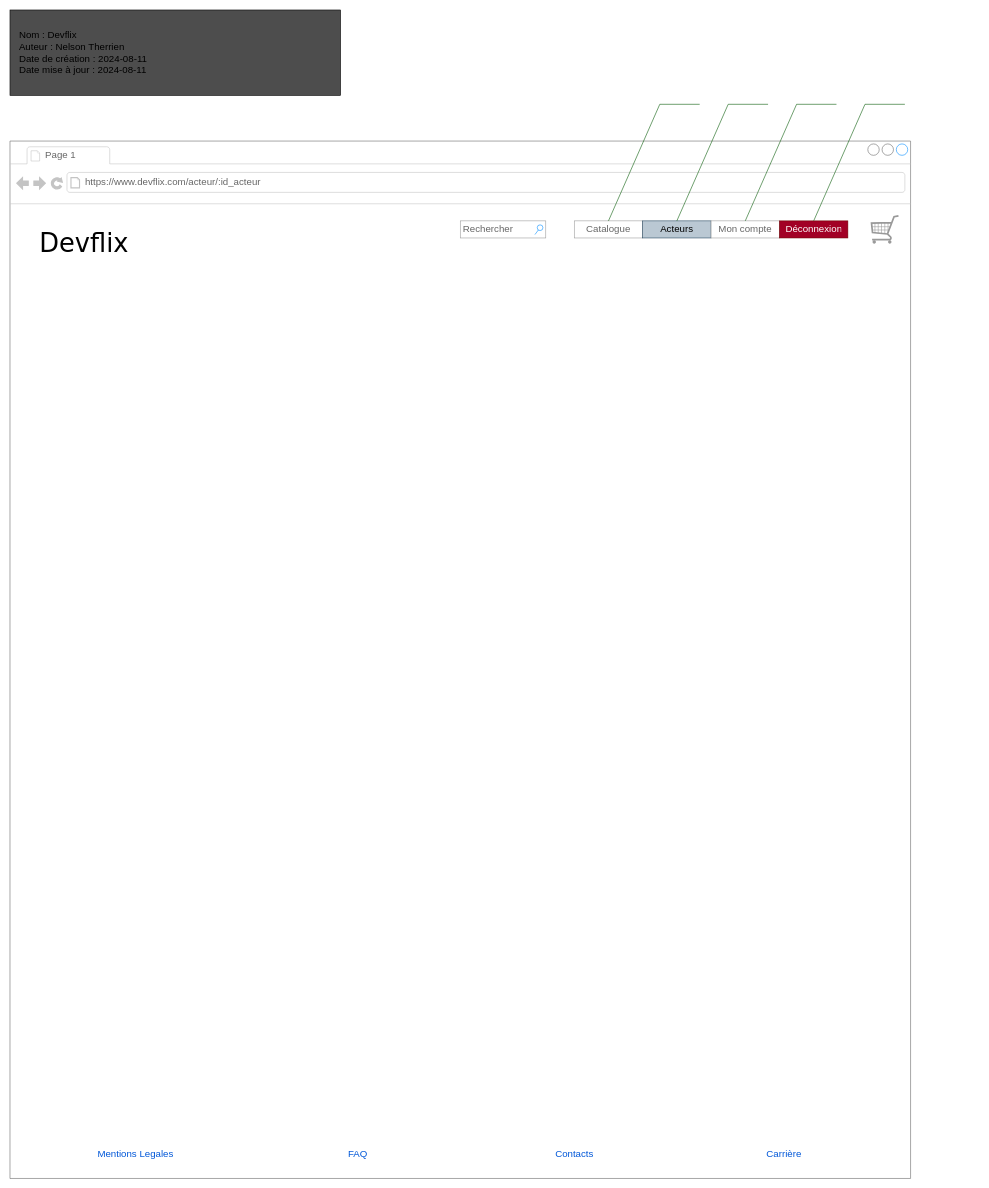
Above: livrables/gabarit-depart.drawio in MapleCialys/Projet-modification-systeme (draw.io), before the change. Source tidied: cells renumbered, new cells numbered last; positions are measured from the earlier drawing's top-left corner, leaving out a move shared by most shapes. Both pictures are drawn from the tidied source at 57%, with x=0, y=0 at pixel (10, 10).
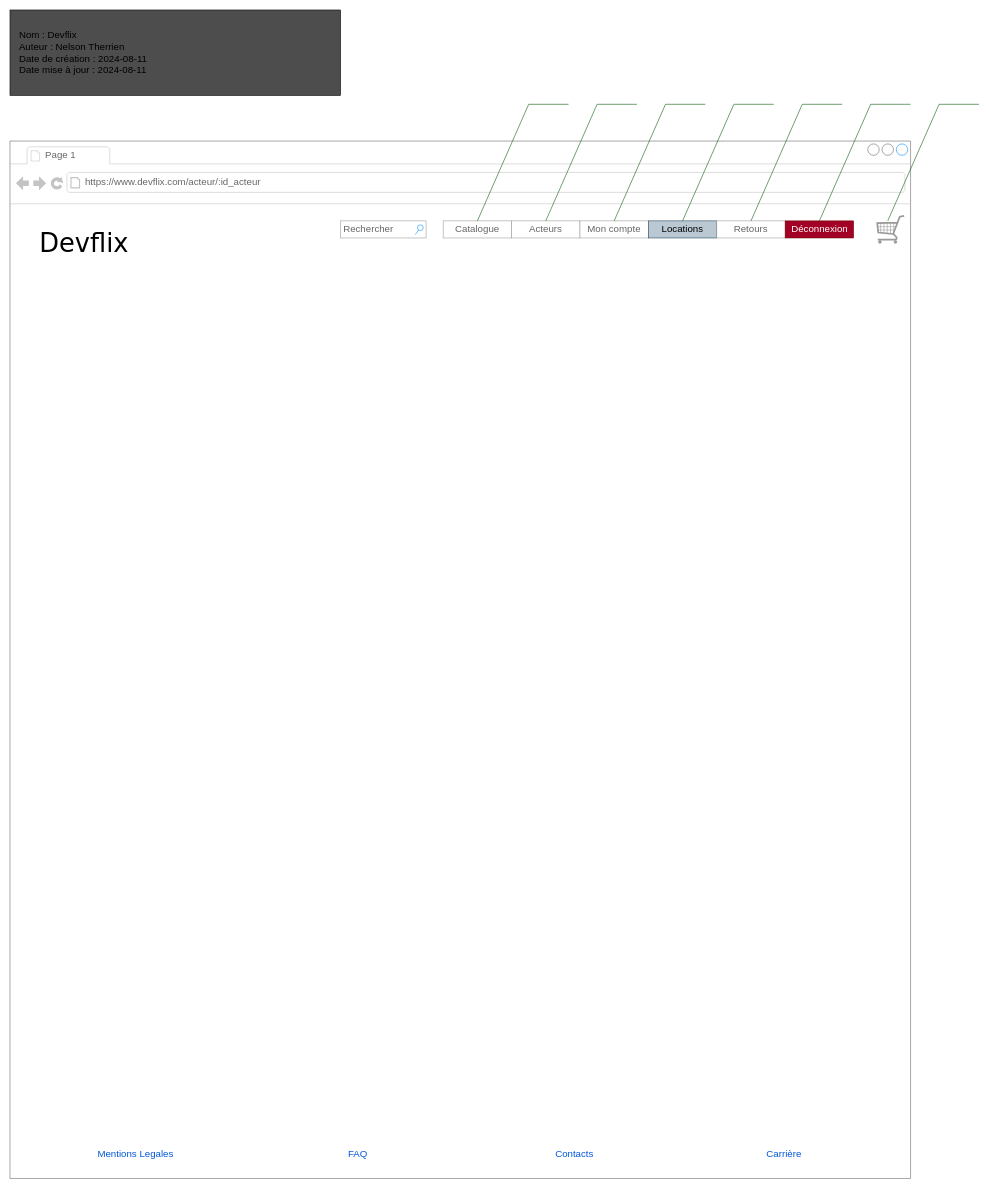
Above is the later version.

Change to the diagram source:
```diff
@@
-    <mxCell id="11" style="group;" parent="1" vertex="1">
-      <mxGeometry x="990" y="140" width="580" height="280" as="geometry" />
-    </mxCell>
-    <mxCell id="12" style="swimlane;shape=mxgraph.bootstrap.anchor;strokeColor=#999999;fillColor=#ffffff;fontColor=#666666;horizontal=0;startSize=0;whiteSpace=wrap;html=1;" parent="11" vertex="1">
-      <mxGeometry y="230" width="480" height="30" as="geometry" />
-    </mxCell>
+    <mxCell id="22" value="&lt;font style=&quot;font-size: 17px;&quot;&gt;Rechercher&lt;/font&gt;" style="strokeWidth=1;shadow=0;dashed=0;align=center;html=1;shape=mxgraph.mockup.forms.searchBox;strokeColor=#999999;mainText=;strokeColor2=#008cff;fontColor=#666666;fontSize=17;align=left;spacingLeft=3;whiteSpace=wrap;" parent="1" vertex="1">
+      <mxGeometry x="580" y="370" width="150" height="30" as="geometry" />
+    </mxCell>
+    <mxCell id="23" value="&lt;font style=&quot;font-size: 17px;&quot;&gt;&amp;nbsp; &amp;nbsp;Nom : Devflix&lt;br&gt;&amp;nbsp; &amp;nbsp;Auteur : Nelson Therrien&lt;br&gt;&amp;nbsp; &amp;nbsp;Date de création : 2024-08-11&lt;br&gt;&amp;nbsp; &amp;nbsp;Date mise à jour : 2024-08-11&amp;nbsp; &amp;nbsp; &amp;nbsp; &amp;nbsp; &amp;nbsp; &amp;nbsp; &amp;nbsp; &amp;nbsp; &amp;nbsp; &amp;nbsp; &amp;nbsp; &amp;nbsp; &amp;nbsp; &amp;nbsp; &amp;nbsp; &amp;nbsp; &amp;nbsp; &amp;nbsp; &amp;nbsp; &amp;nbsp; &amp;nbsp; &amp;nbsp; &amp;nbsp; &amp;nbsp; &amp;nbsp; &amp;nbsp; &amp;nbsp; &amp;nbsp; &amp;nbsp; &amp;nbsp; &amp;nbsp; &amp;nbsp; &amp;nbsp; &amp;nbsp; &amp;nbsp;&lt;/font&gt;" style="rounded=0;whiteSpace=wrap;html=1;align=left;fillColor=#4D4D4D;strokeColor=#000000;" parent="1" vertex="1">
+      <mxGeometry width="580" height="150" as="geometry" />
+    </mxCell>
+    <mxCell id="24" style="group;" parent="1" vertex="1">
+      <mxGeometry x="760" y="140" width="930" height="280" as="geometry" />
+    </mxCell>
+    <mxCell id="25" style="swimlane;shape=mxgraph.bootstrap.anchor;strokeColor=#999999;fillColor=#ffffff;fontColor=#666666;horizontal=0;startSize=0;whiteSpace=wrap;html=1;" parent="24" vertex="1">
+      <mxGeometry y="230" width="720" height="30" as="geometry" />
+    </mxCell>
-    <mxCell id="13" value="Catalogue" style="text;strokeColor=inherit;align=center;verticalAlign=middle;spacingLeft=10;spacingRight=10;overflow=hidden;whiteSpace=wrap;html=1;fillColor=inherit;fontColor=inherit;fontSize=17;" parent="12" vertex="1">
+    <mxCell id="13" value="Catalogue" style="text;strokeColor=inherit;align=center;verticalAlign=middle;spacingLeft=10;spacingRight=10;overflow=hidden;whiteSpace=wrap;html=1;fillColor=inherit;fontColor=inherit;fontSize=17;" parent="25" vertex="1">
       <mxGeometry width="120" height="30" as="geometry" />
     </mxCell>
-    <mxCell id="14" value="Acteurs" style="text;strokeColor=#23445d;align=center;verticalAlign=middle;spacingLeft=10;spacingRight=10;overflow=hidden;whiteSpace=wrap;html=1;fillColor=#bac8d3;fontSize=17;" parent="12" vertex="1">
+    <mxCell id="14" value="Acteurs" style="text;strokeColor=inherit;align=center;verticalAlign=middle;spacingLeft=10;spacingRight=10;overflow=hidden;whiteSpace=wrap;html=1;fillColor=inherit;fontColor=inherit;fontSize=17;" parent="25" vertex="1">
       <mxGeometry x="120" width="120" height="30" as="geometry" />
     </mxCell>
-    <mxCell id="15" value="Mon compte" style="text;strokeColor=inherit;align=center;verticalAlign=middle;spacingLeft=10;spacingRight=10;overflow=hidden;whiteSpace=wrap;html=1;fillColor=inherit;fontColor=inherit;fontSize=17;" parent="12" vertex="1">
+    <mxCell id="15" value="Mon compte" style="text;strokeColor=inherit;align=center;verticalAlign=middle;spacingLeft=10;spacingRight=10;overflow=hidden;whiteSpace=wrap;html=1;fillColor=inherit;fontColor=inherit;fontSize=17;" parent="25" vertex="1">
       <mxGeometry x="240" width="120" height="30" as="geometry" />
     </mxCell>
+    <mxCell id="26" value="Locations" style="text;strokeColor=#23445d;align=center;verticalAlign=middle;spacingLeft=10;spacingRight=10;overflow=hidden;whiteSpace=wrap;html=1;fillColor=#bac8d3;fontSize=17;" parent="25" vertex="1">
+      <mxGeometry x="360" width="120" height="30" as="geometry" />
+    </mxCell>
+    <mxCell id="27" value="Retours" style="text;strokeColor=inherit;align=center;verticalAlign=middle;spacingLeft=10;spacingRight=10;overflow=hidden;whiteSpace=wrap;html=1;fillColor=inherit;fontColor=inherit;fontSize=17;" parent="25" vertex="1">
+      <mxGeometry x="480" width="120" height="30" as="geometry" />
+    </mxCell>
-    <mxCell id="16" value="Déconnexion&amp;nbsp;" style="text;strokeColor=#6F0000;align=center;verticalAlign=middle;spacingLeft=10;spacingRight=10;overflow=hidden;whiteSpace=wrap;html=1;fillColor=#a20025;fontColor=#ffffff;fontSize=17;" parent="12" vertex="1">
-      <mxGeometry x="360" width="120" height="30" as="geometry" />
+    <mxCell id="16" value="Déconnexion&amp;nbsp;" style="text;strokeColor=#6F0000;align=center;verticalAlign=middle;spacingLeft=10;spacingRight=10;overflow=hidden;whiteSpace=wrap;html=1;fillColor=#a20025;fontColor=#ffffff;fontSize=17;" parent="25" vertex="1">
+      <mxGeometry x="600" width="120" height="30" as="geometry" />
     </mxCell>
-    <mxCell id="17" value="C4" style="strokeWidth=1;shadow=0;dashed=0;align=center;html=1;shape=mxgraph.mockup.text.callout;linkText=;textSize=17;textColor=#666666;callDir=NE;callStyle=line;fontSize=17;align=right;verticalAlign=top;strokeColor=#005700;fillColor=#008a00;fontColor=#ffffff;" parent="11" vertex="1">
+    <mxCell id="17" value="C4" style="strokeWidth=1;shadow=0;dashed=0;align=center;html=1;shape=mxgraph.mockup.text.callout;linkText=;textSize=17;textColor=#666666;callDir=NE;callStyle=line;fontSize=17;align=right;verticalAlign=top;strokeColor=#005700;fillColor=#008a00;fontColor=#ffffff;" parent="24" vertex="1">
       <mxGeometry x="180" width="160" height="230" as="geometry" />
     </mxCell>
-    <mxCell id="18" value="C1" style="strokeWidth=1;shadow=0;dashed=0;align=center;html=1;shape=mxgraph.mockup.text.callout;linkText=;textSize=17;textColor=#666666;callDir=NE;callStyle=line;fontSize=17;align=right;verticalAlign=top;strokeColor=#005700;fillColor=#008a00;fontColor=#ffffff;" parent="11" vertex="1">
+    <mxCell id="18" value="C1" style="strokeWidth=1;shadow=0;dashed=0;align=center;html=1;shape=mxgraph.mockup.text.callout;linkText=;textSize=17;textColor=#666666;callDir=NE;callStyle=line;fontSize=17;align=right;verticalAlign=top;strokeColor=#005700;fillColor=#008a00;fontColor=#ffffff;" parent="24" vertex="1">
       <mxGeometry x="60" width="160" height="230" as="geometry" />
     </mxCell>
-    <mxCell id="19" value="C4" style="strokeWidth=1;shadow=0;dashed=0;align=center;html=1;shape=mxgraph.mockup.text.callout;linkText=;textSize=17;textColor=#666666;callDir=NE;callStyle=line;fontSize=17;align=right;verticalAlign=top;strokeColor=#005700;fillColor=#008a00;fontColor=#ffffff;" parent="11" vertex="1">
-      <mxGeometry x="300" width="160" height="230" as="geometry" />
-    </mxCell>
-    <mxCell id="20" value="C#?" style="strokeWidth=1;shadow=0;dashed=0;align=center;html=1;shape=mxgraph.mockup.text.callout;linkText=;textSize=17;textColor=#666666;callDir=NE;callStyle=line;fontSize=17;align=right;verticalAlign=top;strokeColor=#005700;fillColor=#008a00;fontColor=#ffffff;" parent="11" vertex="1">
-      <mxGeometry x="420" width="160" height="230" as="geometry" />
-    </mxCell>
-    <mxCell id="21" style="verticalLabelPosition=bottom;shadow=0;dashed=0;align=center;html=1;verticalAlign=top;strokeWidth=1;shape=mxgraph.mockup.misc.shoppingCart;strokeColor=#999999;" parent="11" vertex="1">
-      <mxGeometry x="520" y="220" width="50" height="50" as="geometry" />
-    </mxCell>
-    <mxCell id="22" value="&lt;font style=&quot;font-size: 17px;&quot;&gt;Rechercher&lt;/font&gt;" style="strokeWidth=1;shadow=0;dashed=0;align=center;html=1;shape=mxgraph.mockup.forms.searchBox;strokeColor=#999999;mainText=;strokeColor2=#008cff;fontColor=#666666;fontSize=17;align=left;spacingLeft=3;whiteSpace=wrap;" parent="1" vertex="1">
-      <mxGeometry x="790" y="370" width="150" height="30" as="geometry" />
-    </mxCell>
-    <mxCell id="23" value="&lt;font style=&quot;font-size: 17px;&quot;&gt;&amp;nbsp; &amp;nbsp;Nom : Devflix&lt;br&gt;&amp;nbsp; &amp;nbsp;Auteur : Nelson Therrien&lt;br&gt;&amp;nbsp; &amp;nbsp;Date de création : 2024-08-11&lt;br&gt;&amp;nbsp; &amp;nbsp;Date mise à jour : 2024-08-11&amp;nbsp; &amp;nbsp; &amp;nbsp; &amp;nbsp; &amp;nbsp; &amp;nbsp; &amp;nbsp; &amp;nbsp; &amp;nbsp; &amp;nbsp; &amp;nbsp; &amp;nbsp; &amp;nbsp; &amp;nbsp; &amp;nbsp; &amp;nbsp; &amp;nbsp; &amp;nbsp; &amp;nbsp; &amp;nbsp; &amp;nbsp; &amp;nbsp; &amp;nbsp; &amp;nbsp; &amp;nbsp; &amp;nbsp; &amp;nbsp; &amp;nbsp; &amp;nbsp; &amp;nbsp; &amp;nbsp; &amp;nbsp; &amp;nbsp; &amp;nbsp; &amp;nbsp;&lt;/font&gt;" style="rounded=0;whiteSpace=wrap;html=1;align=left;fillColor=#4D4D4D;strokeColor=#000000;" parent="1" vertex="1">
-      <mxGeometry width="580" height="150" as="geometry" />
-    </mxCell>
+    <mxCell id="28" value="C17" style="strokeWidth=1;shadow=0;dashed=0;align=center;html=1;shape=mxgraph.mockup.text.callout;linkText=;textSize=17;textColor=#666666;callDir=NE;callStyle=line;fontSize=17;align=right;verticalAlign=top;strokeColor=#005700;fillColor=#008a00;fontColor=#ffffff;" parent="24" vertex="1">
+      <mxGeometry x="300" width="160" height="230" as="geometry" />
+    </mxCell>
+    <mxCell id="29" value="C19" style="strokeWidth=1;shadow=0;dashed=0;align=center;html=1;shape=mxgraph.mockup.text.callout;linkText=;textSize=17;textColor=#666666;callDir=NE;callStyle=line;fontSize=17;align=right;verticalAlign=top;strokeColor=#005700;fillColor=#008a00;fontColor=#ffffff;" parent="24" vertex="1">
+      <mxGeometry x="420" width="160" height="230" as="geometry" />
+    </mxCell>
+    <mxCell id="30" style="verticalLabelPosition=bottom;shadow=0;dashed=0;align=center;html=1;verticalAlign=top;strokeWidth=1;shape=mxgraph.mockup.misc.shoppingCart;strokeColor=#999999;" parent="24" vertex="1">
+      <mxGeometry x="760" y="220" width="50" height="50" as="geometry" />
+    </mxCell>
+    <mxCell id="31" value="C55" style="strokeWidth=1;shadow=0;dashed=0;align=center;html=1;shape=mxgraph.mockup.text.callout;linkText=;textSize=17;textColor=#666666;callDir=NE;callStyle=line;fontSize=17;align=right;verticalAlign=top;strokeColor=#005700;fillColor=#008a00;fontColor=#ffffff;" parent="24" vertex="1">
+      <mxGeometry x="540" width="160" height="230" as="geometry" />
+    </mxCell>
+    <mxCell id="32" value="C46" style="strokeWidth=1;shadow=0;dashed=0;align=center;html=1;shape=mxgraph.mockup.text.callout;linkText=;textSize=17;textColor=#666666;callDir=NE;callStyle=line;fontSize=17;align=right;verticalAlign=top;strokeColor=#005700;fillColor=#008a00;fontColor=#ffffff;" parent="24" vertex="1">
+      <mxGeometry x="660" width="160" height="230" as="geometry" />
+    </mxCell>
+    <mxCell id="33" value="C9" style="strokeWidth=1;shadow=0;dashed=0;align=center;html=1;shape=mxgraph.mockup.text.callout;linkText=;textSize=17;textColor=#666666;callDir=NE;callStyle=line;fontSize=17;align=right;verticalAlign=top;strokeColor=#005700;fillColor=#008a00;fontColor=#ffffff;" parent="24" vertex="1">
+      <mxGeometry x="780" width="160" height="230" as="geometry" />
+    </mxCell>
```
